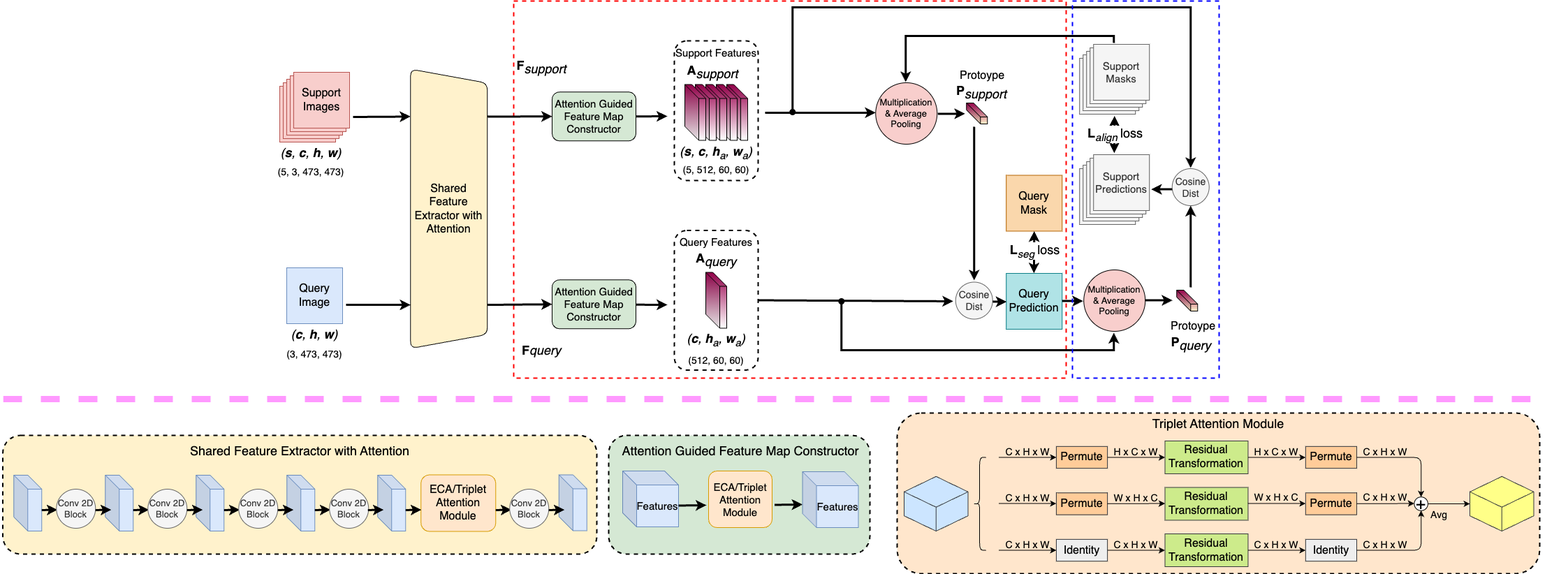
The draw.io diagram figures/architecture2.png in alimoorreza/uwsnet, before a commit. Source tidied: cells renumbered, new cells last; positions are measured from the earlier drawing's top-left corner, leaving out a move shared by most shapes.
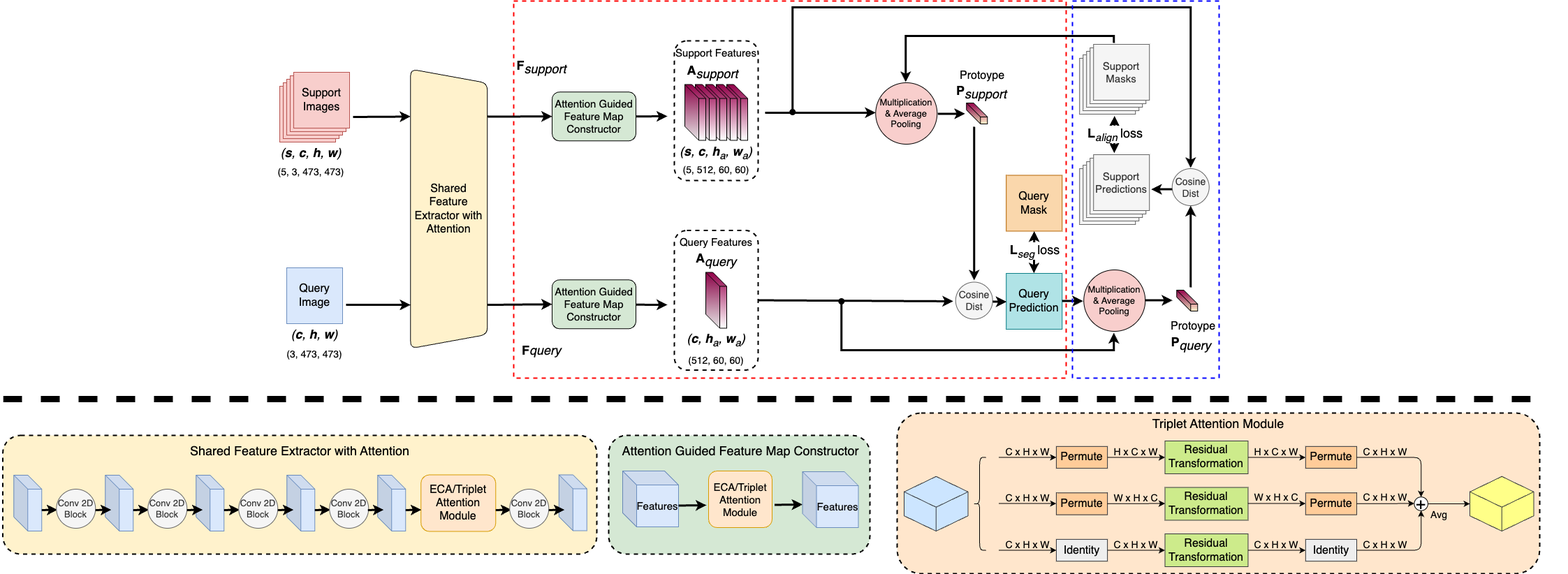
Above is the later version.

Diff of the diagram source:
```diff
@@ -143,7 +143,7 @@
     <mxCell id="35" value="&lt;font style=&quot;font-size: 18px;&quot;&gt;Attention Guided Feature Map Constructor&lt;/font&gt;" style="text;html=1;strokeColor=none;fillColor=none;align=center;verticalAlign=middle;whiteSpace=wrap;rounded=0;dashed=1;labelBorderColor=none;fillStyle=auto;strokeWidth=2;fontSize=12;" parent="1" vertex="1">
       <mxGeometry x="872" y="629" width="370" height="30" as="geometry" />
     </mxCell>
-    <mxCell id="36" style="endArrow=none;html=1;rounded=0;strokeColor=#FF99FF;strokeWidth=9;fontFamily=Helvetica;fontSize=10;fontColor=default;dashed=1;" parent="1" edge="1">
+    <mxCell id="36" style="endArrow=none;html=1;rounded=0;strokeColor=#000000;strokeWidth=9;fontFamily=Helvetica;fontSize=10;fontColor=default;dashed=1;" parent="1" edge="1">
       <mxGeometry relative="1" as="geometry">
         <mxPoint x="1" y="570" as="sourcePoint" />
         <mxPoint x="2201" y="570" as="targetPoint" />
```
